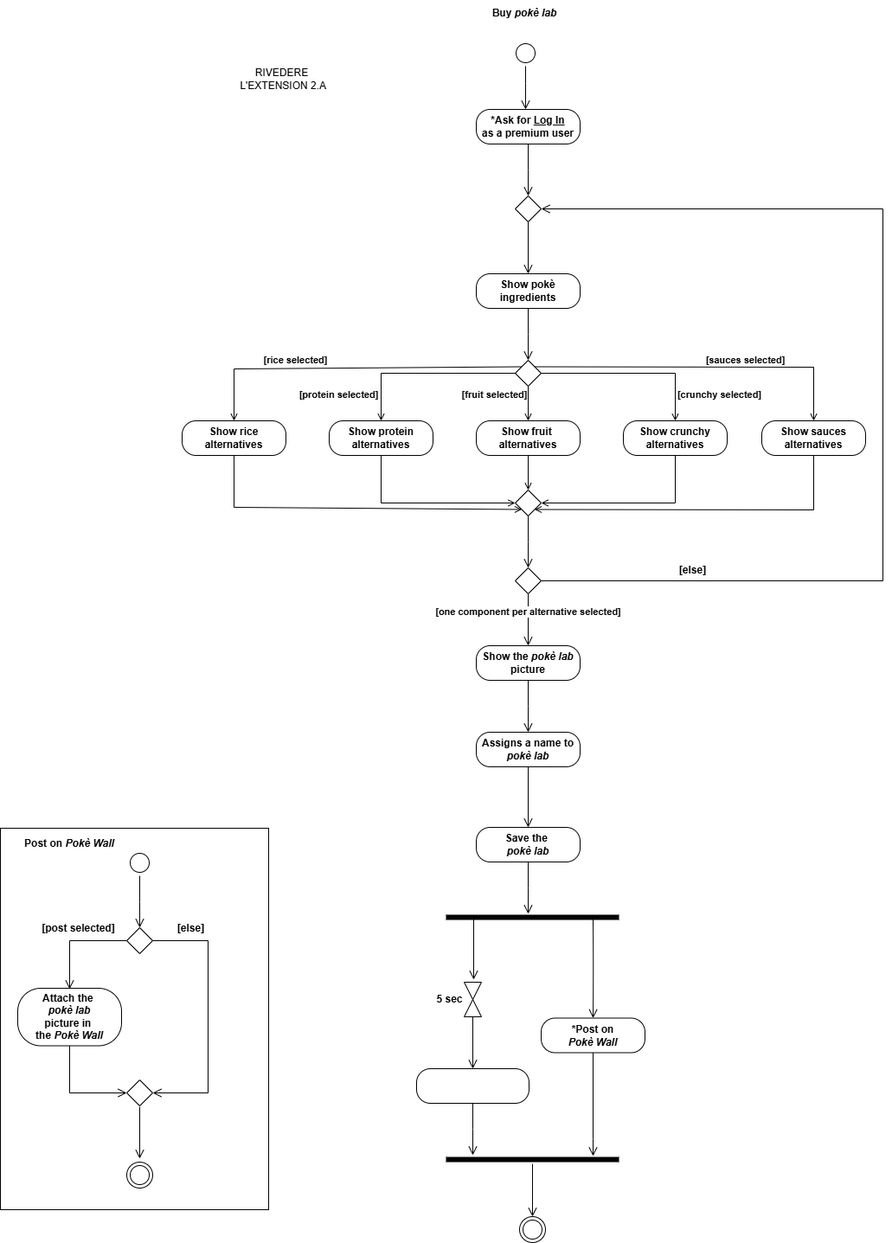
The draw.io diagram diagrams/ActivityDiagram.drawio.png in matteopinfildi/ISPW-Project, before a commit. Source tidied: cells renumbered, new cells last; positions are measured from the earlier drawing's top-left corner, leaving out a move shared by most shapes.
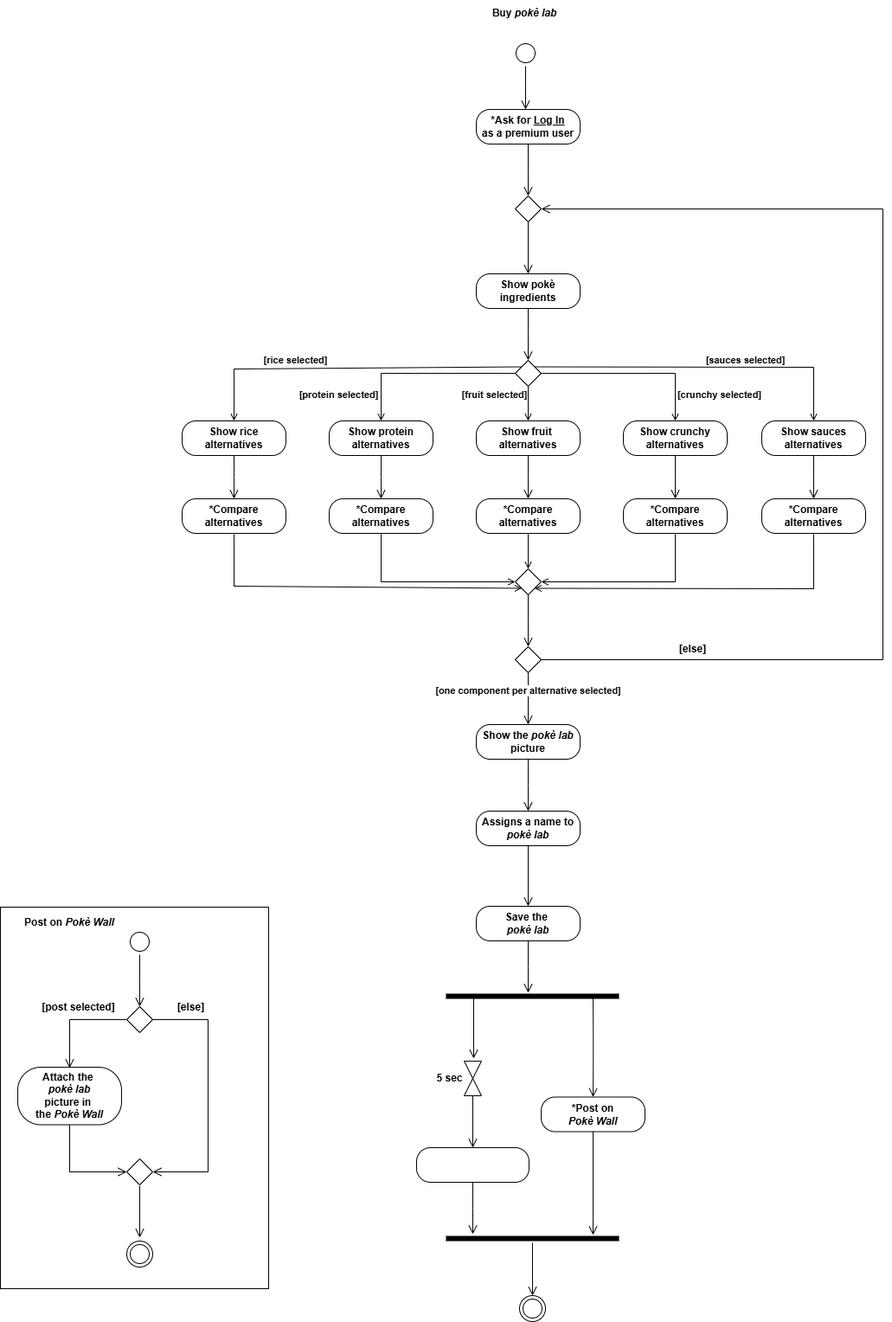
The same diagram one commit later.

Diff of the diagram source:
```diff
@@ -3,93 +3,93 @@
     <mxCell id="0" />
     <mxCell id="1" parent="0" />
     <mxCell id="2" value="&lt;b&gt;Buy &lt;i&gt;pokè lab&lt;/i&gt;&lt;/b&gt;" style="text;html=1;align=center;verticalAlign=middle;whiteSpace=wrap;rounded=0;" parent="1" vertex="1">
-      <mxGeometry x="562" width="88" height="30" as="geometry" />
+      <mxGeometry x="562" y="-91" width="88" height="30" as="geometry" />
     </mxCell>
     <mxCell id="3" style="ellipse;html=1;shape=startState;labelBackgroundColor=none;" parent="1" vertex="1">
-      <mxGeometry x="592" y="46" width="30" height="30" as="geometry" />
+      <mxGeometry x="592" y="-45" width="30" height="30" as="geometry" />
     </mxCell>
     <mxCell id="4" style="edgeStyle=orthogonalEdgeStyle;html=1;verticalAlign=bottom;endArrow=open;endSize=8;rounded=0;entryX=0.5;entryY=0;entryDx=0;entryDy=0;labelBackgroundColor=none;fontColor=default;" parent="1" edge="1" source="3">
       <mxGeometry relative="1" as="geometry">
-        <mxPoint x="607" y="126" as="targetPoint" />
+        <mxPoint x="607" y="35" as="targetPoint" />
         <Array as="points">
-          <mxPoint x="607" y="96" />
-          <mxPoint x="607" y="96" />
+          <mxPoint x="607" y="5" />
+          <mxPoint x="607" y="5" />
         </Array>
       </mxGeometry>
     </mxCell>
     <mxCell id="5" value="&lt;b&gt;*Ask for &lt;u&gt;Log In&lt;/u&gt;&lt;/b&gt;&lt;div&gt;&lt;b&gt;as a premium user&lt;/b&gt;&lt;/div&gt;" style="rounded=1;whiteSpace=wrap;html=1;arcSize=40;" parent="1" vertex="1">
-      <mxGeometry x="550" y="126" width="120" height="40" as="geometry" />
+      <mxGeometry x="550" y="35" width="120" height="40" as="geometry" />
     </mxCell>
     <mxCell id="6" style="edgeStyle=orthogonalEdgeStyle;html=1;verticalAlign=bottom;endArrow=open;endSize=8;rounded=0;" parent="1" edge="1" source="5">
       <mxGeometry relative="1" as="geometry">
-        <mxPoint x="610" y="226" as="targetPoint" />
+        <mxPoint x="610" y="135" as="targetPoint" />
       </mxGeometry>
     </mxCell>
     <mxCell id="7" value="&lt;b&gt;Show pokè ingredients&lt;/b&gt;" style="rounded=1;whiteSpace=wrap;html=1;arcSize=40;" parent="1" vertex="1">
-      <mxGeometry x="550" y="316" width="120" height="40" as="geometry" />
+      <mxGeometry x="550" y="225" width="120" height="40" as="geometry" />
     </mxCell>
     <mxCell id="8" style="edgeStyle=orthogonalEdgeStyle;html=1;verticalAlign=bottom;endArrow=open;endSize=8;rounded=0;" parent="1" edge="1" source="7">
       <mxGeometry relative="1" as="geometry">
-        <mxPoint x="610" y="416" as="targetPoint" />
+        <mxPoint x="610" y="325" as="targetPoint" />
       </mxGeometry>
     </mxCell>
     <mxCell id="9" style="rhombus;whiteSpace=wrap;html=1;labelBackgroundColor=none;" parent="1" vertex="1">
-      <mxGeometry x="595" y="226" width="30" height="30" as="geometry" />
+      <mxGeometry x="595" y="135" width="30" height="30" as="geometry" />
     </mxCell>
     <mxCell id="10" style="edgeStyle=orthogonalEdgeStyle;html=1;verticalAlign=bottom;endArrow=open;endSize=8;rounded=0;" parent="1" edge="1">
       <mxGeometry relative="1" as="geometry">
-        <mxPoint x="610" y="256" as="sourcePoint" />
-        <mxPoint x="610" y="316" as="targetPoint" />
+        <mxPoint x="610" y="165" as="sourcePoint" />
+        <mxPoint x="610" y="225" as="targetPoint" />
       </mxGeometry>
     </mxCell>
     <mxCell id="11" style="rhombus;whiteSpace=wrap;html=1;labelBackgroundColor=none;" parent="1" vertex="1">
-      <mxGeometry x="595" y="416" width="30" height="30" as="geometry" />
+      <mxGeometry x="595" y="325" width="30" height="30" as="geometry" />
     </mxCell>
     <mxCell id="12" style="endArrow=open;html=1;rounded=0;exitX=1;exitY=0.5;exitDx=0;exitDy=0;entryX=0.5;entryY=0;entryDx=0;entryDy=0;endFill=0;" parent="1" edge="1" source="11" target="13">
       <mxGeometry relative="1" as="geometry">
         <Array as="points">
-          <mxPoint x="780" y="431" />
+          <mxPoint x="780" y="340" />
         </Array>
       </mxGeometry>
     </mxCell>
     <mxCell id="13" value="&lt;b&gt;Show crunchy&lt;/b&gt;&lt;div&gt;&lt;b&gt;alternatives&lt;/b&gt;&lt;/div&gt;" style="rounded=1;whiteSpace=wrap;html=1;arcSize=40;" parent="1" vertex="1">
-      <mxGeometry x="720" y="486" width="120" height="40" as="geometry" />
+      <mxGeometry x="720" y="395" width="120" height="40" as="geometry" />
     </mxCell>
     <mxCell id="14" style="endArrow=open;html=1;rounded=0;exitX=1;exitY=0;exitDx=0;exitDy=0;entryX=0.5;entryY=0;entryDx=0;entryDy=0;endFill=0;" parent="1" edge="1" source="11" target="15">
       <mxGeometry relative="1" as="geometry">
         <Array as="points">
-          <mxPoint x="940" y="424" />
+          <mxPoint x="940" y="333" />
         </Array>
       </mxGeometry>
     </mxCell>
     <mxCell id="15" value="&lt;b&gt;Show sauces&lt;/b&gt;&lt;div&gt;&lt;b&gt;alternatives&lt;/b&gt;&lt;/div&gt;" style="rounded=1;whiteSpace=wrap;html=1;arcSize=40;" parent="1" vertex="1">
-      <mxGeometry x="880" y="486" width="120" height="40" as="geometry" />
+      <mxGeometry x="880" y="395" width="120" height="40" as="geometry" />
     </mxCell>
     <mxCell id="16" value="&lt;b&gt;Show fruit&amp;nbsp;&lt;/b&gt;&lt;div&gt;&lt;b&gt;alternatives&lt;/b&gt;&lt;/div&gt;" style="rounded=1;whiteSpace=wrap;html=1;arcSize=40;" parent="1" vertex="1">
-      <mxGeometry x="550" y="486" width="120" height="40" as="geometry" />
+      <mxGeometry x="550" y="395" width="120" height="40" as="geometry" />
     </mxCell>
     <mxCell id="17" style="endArrow=open;html=1;rounded=0;exitX=0.5;exitY=1;exitDx=0;exitDy=0;endFill=0;" parent="1" edge="1" source="11">
       <mxGeometry relative="1" as="geometry">
-        <mxPoint x="610" y="486" as="targetPoint" />
+        <mxPoint x="610" y="395" as="targetPoint" />
       </mxGeometry>
     </mxCell>
     <mxCell id="18" value="&lt;b&gt;Show protein&lt;/b&gt;&lt;div&gt;&lt;b&gt;alternatives&lt;/b&gt;&lt;/div&gt;" style="rounded=1;whiteSpace=wrap;html=1;arcSize=40;" parent="1" vertex="1">
-      <mxGeometry x="380" y="486" width="120" height="40" as="geometry" />
+      <mxGeometry x="380" y="395" width="120" height="40" as="geometry" />
     </mxCell>
     <mxCell id="19" value="&lt;b&gt;Show rice&lt;/b&gt;&lt;div&gt;&lt;b&gt;alternatives&lt;/b&gt;&lt;/div&gt;" style="rounded=1;whiteSpace=wrap;html=1;arcSize=40;" parent="1" vertex="1">
-      <mxGeometry x="210" y="486" width="120" height="40" as="geometry" />
+      <mxGeometry x="210" y="395" width="120" height="40" as="geometry" />
     </mxCell>
     <mxCell id="20" style="endArrow=open;html=1;rounded=0;exitX=0;exitY=0.5;exitDx=0;exitDy=0;entryX=0.5;entryY=0;entryDx=0;entryDy=0;endFill=0;" parent="1" edge="1" source="11" target="18">
       <mxGeometry relative="1" as="geometry">
         <Array as="points">
-          <mxPoint x="440" y="431" />
+          <mxPoint x="440" y="340" />
         </Array>
       </mxGeometry>
     </mxCell>
     <mxCell id="21" style="endArrow=open;html=1;rounded=0;exitX=0;exitY=0;exitDx=0;exitDy=0;entryX=0.5;entryY=0;entryDx=0;entryDy=0;endFill=0;" parent="1" edge="1" source="11" target="19">
       <mxGeometry relative="1" as="geometry">
         <Array as="points">
-          <mxPoint x="270" y="426" />
+          <mxPoint x="270" y="335" />
         </Array>
       </mxGeometry>
     </mxCell>
@@ -121,32 +121,38 @@
     <mxCell id="27" style="rhombus;whiteSpace=wrap;html=1;labelBackgroundColor=none;" parent="1" vertex="1">
       <mxGeometry x="595" y="566" width="30" height="30" as="geometry" />
     </mxCell>
-    <mxCell id="28" style="endArrow=open;html=1;rounded=0;entryX=0.5;entryY=0;entryDx=0;entryDy=0;exitX=0.5;exitY=1;exitDx=0;exitDy=0;endFill=0;" parent="1" edge="1" source="16" target="27">
-      <mxGeometry relative="1" as="geometry" />
+    <mxCell id="28" style="endArrow=open;html=1;rounded=0;entryX=0.5;entryY=0;entryDx=0;entryDy=0;exitX=0.5;exitY=1;exitDx=0;exitDy=0;endFill=0;" parent="1" edge="1" target="27">
+      <mxGeometry relative="1" as="geometry">
+        <mxPoint x="610" y="526" as="sourcePoint" />
+      </mxGeometry>
     </mxCell>
-    <mxCell id="29" style="endArrow=open;html=1;rounded=0;exitX=0.5;exitY=1;exitDx=0;exitDy=0;entryX=0;entryY=0.5;entryDx=0;entryDy=0;endFill=0;" parent="1" edge="1" source="18" target="27">
+    <mxCell id="29" style="endArrow=open;html=1;rounded=0;exitX=0.5;exitY=1;exitDx=0;exitDy=0;entryX=0;entryY=0.5;entryDx=0;entryDy=0;endFill=0;" parent="1" edge="1" target="27">
       <mxGeometry relative="1" as="geometry">
+        <mxPoint x="440" y="526" as="sourcePoint" />
         <Array as="points">
           <mxPoint x="440" y="581" />
         </Array>
       </mxGeometry>
     </mxCell>
-    <mxCell id="30" style="endArrow=open;html=1;rounded=0;exitX=0.5;exitY=1;exitDx=0;exitDy=0;entryX=1;entryY=0.5;entryDx=0;entryDy=0;endFill=0;" parent="1" edge="1" source="13" target="27">
+    <mxCell id="30" style="endArrow=open;html=1;rounded=0;exitX=0.5;exitY=1;exitDx=0;exitDy=0;entryX=1;entryY=0.5;entryDx=0;entryDy=0;endFill=0;" parent="1" edge="1" target="27">
       <mxGeometry relative="1" as="geometry">
+        <mxPoint x="780" y="526" as="sourcePoint" />
         <Array as="points">
           <mxPoint x="780" y="581" />
         </Array>
       </mxGeometry>
     </mxCell>
-    <mxCell id="31" style="endArrow=open;html=1;rounded=0;exitX=0.5;exitY=1;exitDx=0;exitDy=0;entryX=0;entryY=1;entryDx=0;entryDy=0;endFill=0;" parent="1" edge="1" source="19" target="27">
+    <mxCell id="31" style="endArrow=open;html=1;rounded=0;exitX=0.5;exitY=1;exitDx=0;exitDy=0;entryX=0;entryY=1;entryDx=0;entryDy=0;endFill=0;" parent="1" edge="1" target="27">
       <mxGeometry relative="1" as="geometry">
+        <mxPoint x="270" y="526" as="sourcePoint" />
         <Array as="points">
           <mxPoint x="270" y="586" />
         </Array>
       </mxGeometry>
     </mxCell>
-    <mxCell id="32" style="endArrow=open;html=1;rounded=0;exitX=0.5;exitY=1;exitDx=0;exitDy=0;entryX=1;entryY=1;entryDx=0;entryDy=0;endFill=0;" parent="1" edge="1" source="15" target="27">
+    <mxCell id="32" style="endArrow=open;html=1;rounded=0;exitX=0.5;exitY=1;exitDx=0;exitDy=0;entryX=1;entryY=1;entryDx=0;entryDy=0;endFill=0;" parent="1" edge="1" target="27">
       <mxGeometry relative="1" as="geometry">
+        <mxPoint x="940" y="526" as="sourcePoint" />
         <Array as="points">
           <mxPoint x="940" y="589" />
         </Array>
@@ -170,7 +176,7 @@
       <mxGeometry relative="1" as="geometry">
         <Array as="points">
           <mxPoint x="1020" y="671" />
-          <mxPoint x="1020" y="241" />
+          <mxPoint x="1020" y="150" />
         </Array>
       </mxGeometry>
     </mxCell>
@@ -308,8 +314,45 @@
     <mxCell id="67" value="&lt;span style=&quot;font-size: 12px;&quot;&gt;&lt;b&gt;Post on &lt;i&gt;Pokè Wall&lt;/i&gt;&lt;/b&gt;&lt;/span&gt;" style="text;strokeColor=none;fillColor=none;html=1;align=center;verticalAlign=middle;whiteSpace=wrap;rounded=0;fontSize=16;labelBackgroundColor=none;" parent="1" vertex="1">
       <mxGeometry x="5" y="957.5" width="150" height="30" as="geometry" />
     </mxCell>
-    <mxCell id="68" value="RIVEDERE&lt;div&gt;&amp;nbsp;L'EXTENSION 2.A&lt;/div&gt;" style="text;html=1;align=center;verticalAlign=middle;strokeColor=none;fillColor=none;" parent="1" vertex="1">
-      <mxGeometry x="260" y="71" width="130" height="40" as="geometry" />
-    </mxCell>
+    <mxCell id="69" style="edgeStyle=orthogonalEdgeStyle;html=1;verticalAlign=bottom;endArrow=open;endSize=8;rounded=0;exitX=0.5;exitY=1;exitDx=0;exitDy=0;" parent="1" edge="1" source="19">
+      <mxGeometry relative="1" as="geometry">
+        <mxPoint x="270" y="485" as="targetPoint" />
+      </mxGeometry>
+    </mxCell>
+    <mxCell id="70" style="edgeStyle=orthogonalEdgeStyle;html=1;verticalAlign=bottom;endArrow=open;endSize=8;rounded=0;exitX=0.5;exitY=1;exitDx=0;exitDy=0;" parent="1" edge="1" source="18">
+      <mxGeometry relative="1" as="geometry">
+        <mxPoint x="440" y="485" as="targetPoint" />
+      </mxGeometry>
+    </mxCell>
+    <mxCell id="71" style="edgeStyle=orthogonalEdgeStyle;html=1;verticalAlign=bottom;endArrow=open;endSize=8;rounded=0;exitX=0.5;exitY=1;exitDx=0;exitDy=0;" parent="1" edge="1" source="16">
+      <mxGeometry relative="1" as="geometry">
+        <mxPoint x="610" y="485" as="targetPoint" />
+      </mxGeometry>
+    </mxCell>
+    <mxCell id="72" style="edgeStyle=orthogonalEdgeStyle;html=1;verticalAlign=bottom;endArrow=open;endSize=8;rounded=0;exitX=0.5;exitY=1;exitDx=0;exitDy=0;" parent="1" edge="1" source="13">
+      <mxGeometry relative="1" as="geometry">
+        <mxPoint x="780" y="485" as="targetPoint" />
+      </mxGeometry>
+    </mxCell>
+    <mxCell id="73" style="edgeStyle=orthogonalEdgeStyle;html=1;verticalAlign=bottom;endArrow=open;endSize=8;rounded=0;exitX=0.5;exitY=1;exitDx=0;exitDy=0;" parent="1" edge="1" source="15">
+      <mxGeometry relative="1" as="geometry">
+        <mxPoint x="940" y="485" as="targetPoint" />
+      </mxGeometry>
+    </mxCell>
+    <mxCell id="74" value="&lt;b&gt;*Compare&lt;/b&gt;&lt;div&gt;&lt;b&gt;alternatives&lt;/b&gt;&lt;/div&gt;" style="rounded=1;whiteSpace=wrap;html=1;arcSize=40;" parent="1" vertex="1">
+      <mxGeometry x="210" y="485" width="120" height="40" as="geometry" />
+    </mxCell>
+    <mxCell id="75" value="&lt;b&gt;*Compare&lt;/b&gt;&lt;br&gt;&lt;div&gt;&lt;b&gt;alternatives&lt;/b&gt;&lt;/div&gt;" style="rounded=1;whiteSpace=wrap;html=1;arcSize=40;" parent="1" vertex="1">
+      <mxGeometry x="380" y="485" width="120" height="40" as="geometry" />
+    </mxCell>
+    <mxCell id="76" value="&lt;div&gt;&lt;b&gt;*Compare&lt;/b&gt;&lt;/div&gt;&lt;div&gt;&lt;b&gt;alternatives&lt;/b&gt;&lt;/div&gt;" style="rounded=1;whiteSpace=wrap;html=1;arcSize=40;" parent="1" vertex="1">
+      <mxGeometry x="550" y="485" width="120" height="40" as="geometry" />
+    </mxCell>
+    <mxCell id="77" value="&lt;b&gt;*Compare&lt;/b&gt;&lt;br&gt;&lt;div&gt;&lt;b&gt;alternatives&lt;/b&gt;&lt;/div&gt;" style="rounded=1;whiteSpace=wrap;html=1;arcSize=40;" parent="1" vertex="1">
+      <mxGeometry x="720" y="485" width="120" height="40" as="geometry" />
+    </mxCell>
+    <mxCell id="78" value="&lt;div&gt;&lt;b&gt;*Compare&lt;/b&gt;&lt;/div&gt;&lt;div&gt;&lt;b&gt;alternatives&lt;/b&gt;&lt;/div&gt;" style="rounded=1;whiteSpace=wrap;html=1;arcSize=40;" parent="1" vertex="1">
+      <mxGeometry x="880" y="485" width="120" height="40" as="geometry" />
+    </mxCell>
   </root>
 </mxGraphModel>
```
